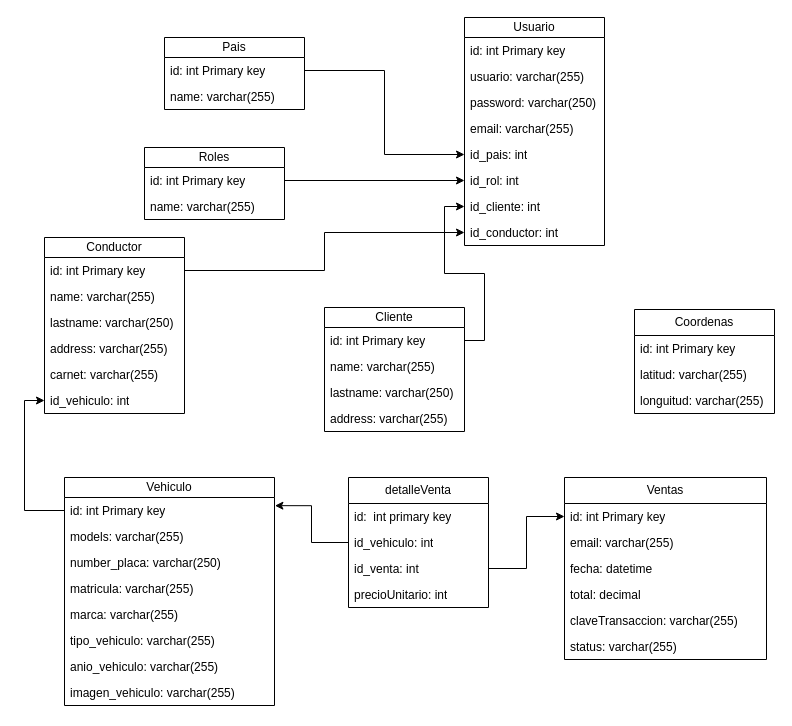
The draw.io diagram clases.drawio in castro2001/Api_php, before the edit. Source tidied: cells renumbered, new cells numbered last; positions are measured from the earlier drawing's top-left corner, leaving out a move shared by most shapes. Both pictures are drawn from the tidied source at 100%, with x=0, y=0 at pixel (44, 17).
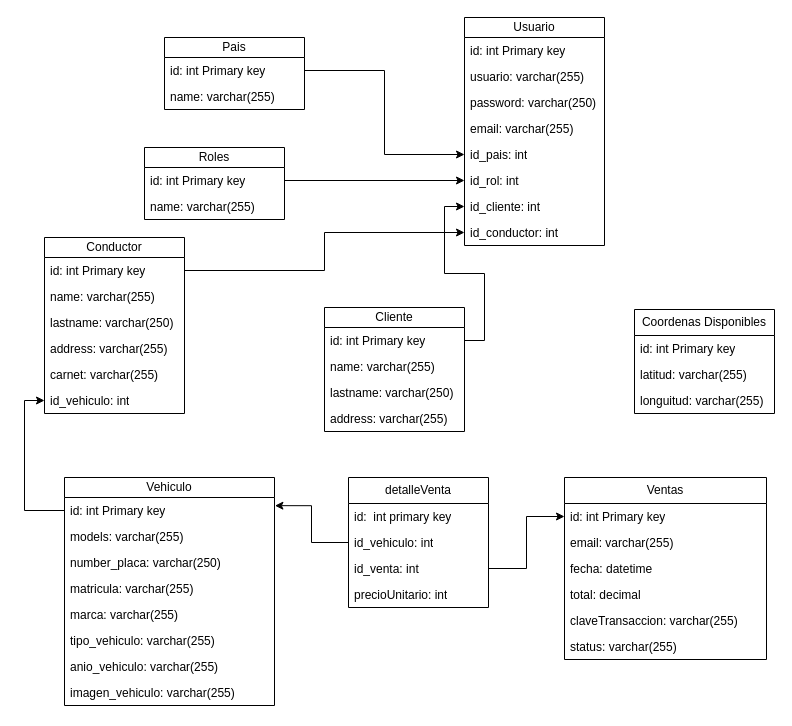
The same diagram, later.

Change to the diagram source:
```diff
@@
-    <mxCell id="43" value="Coordenas" style="swimlane;fontStyle=0;horizontal=1;startSize=26;fillColor=none;whiteSpace=wrap;html=1;" parent="1" vertex="1">
+    <mxCell id="43" value="Coordenas Disponibles" style="swimlane;fontStyle=0;horizontal=1;startSize=26;fillColor=none;whiteSpace=wrap;html=1;" parent="1" vertex="1">
       <mxGeometry x="590" y="292" width="140" height="104" as="geometry" />
     </mxCell>
```
